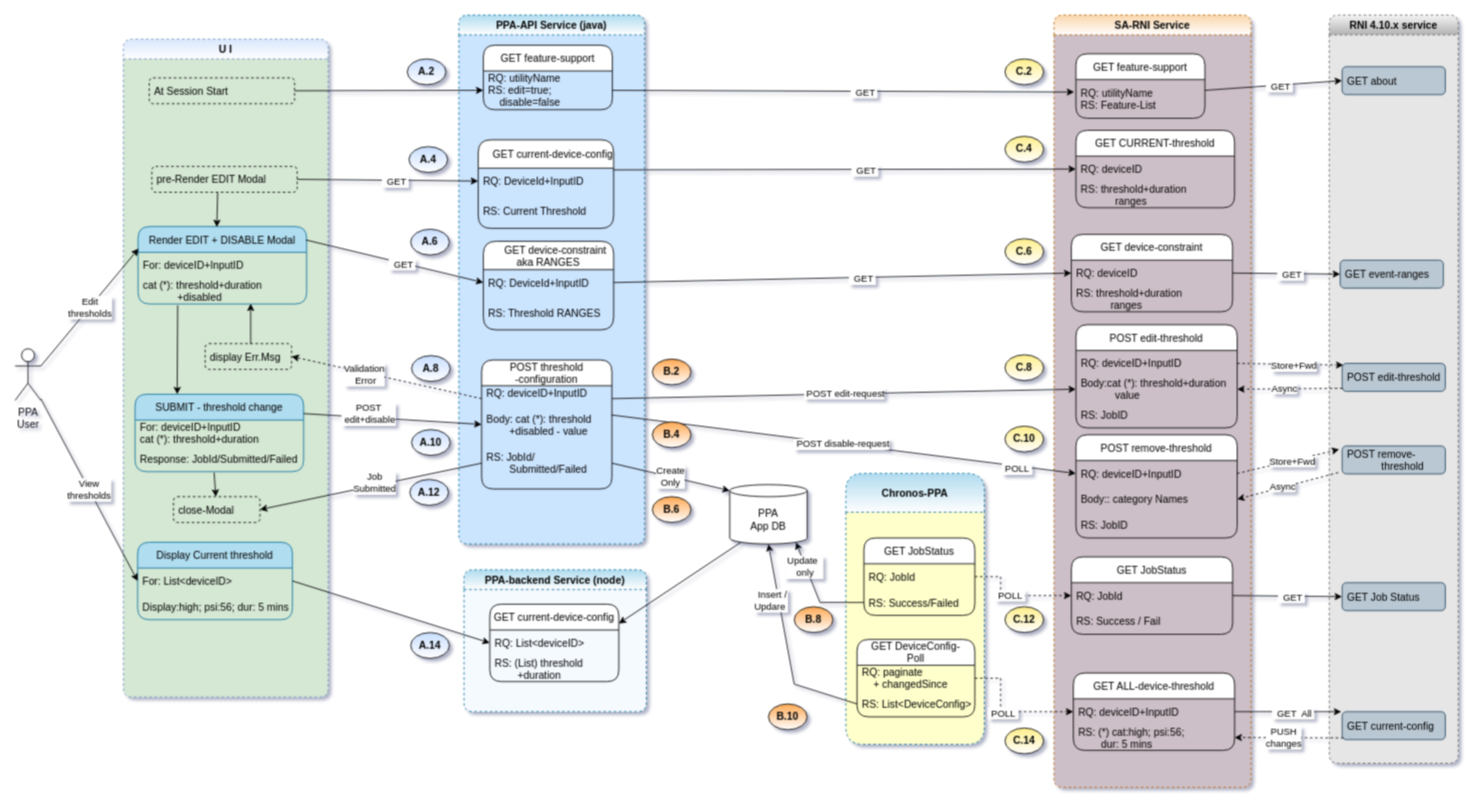
Earlier version of the draw.io diagram ppa/disablethreshold/threshold-config-dec-2022-v1.drawio (rajeshpv-common/my-drawio). Source tidied: cells renumbered, new cells numbered last; positions are measured from the earlier drawing's top-left corner, leaving out a move shared by most shapes. Both pictures are drawn from the tidied source at 86%, with x=0, y=0 at pixel (15, 15).
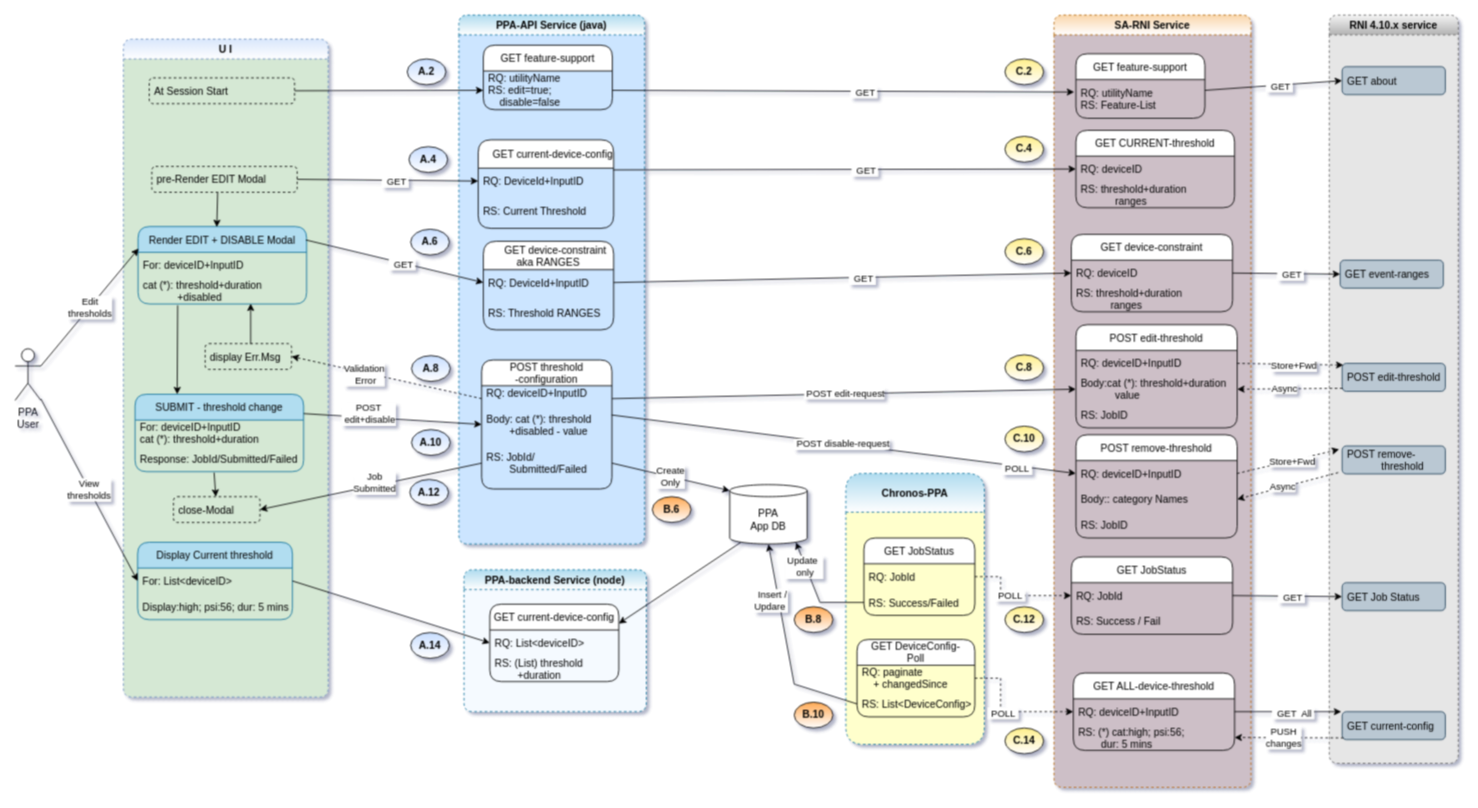
The same diagram, later.

The edit, as a diff of the source:
```diff
@@
     <mxCell id="141" value="&lt;b&gt;B.10&lt;br&gt;&lt;/b&gt;" style="ellipse;whiteSpace=wrap;html=1;gradientColor=#ffffff;fillColor=#FFAA54;" parent="1" vertex="1">
-      <mxGeometry x="876" y="801" width="45" height="30" as="geometry" />
+      <mxGeometry x="906" y="799" width="45" height="30" as="geometry" />
     </mxCell>
@@
-    <mxCell id="143" value="&lt;b&gt;B.2&lt;/b&gt;" style="ellipse;whiteSpace=wrap;html=1;gradientColor=#ffffff;fillColor=#FFAA54;" parent="1" vertex="1">
-      <mxGeometry x="741" y="400" width="45" height="30" as="geometry" />
-    </mxCell>
-    <mxCell id="144" value="&lt;b&gt;B.4&lt;/b&gt;" style="ellipse;whiteSpace=wrap;html=1;gradientColor=#ffffff;fillColor=#FFAA54;" parent="1" vertex="1">
-      <mxGeometry x="741" y="473" width="45" height="30" as="geometry" />
-    </mxCell>
```
